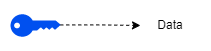
damienmaier/encrypted-vault keeps this draw.io diagram as readme-images/dotted arrow example.drawio.png. Above is the earlier version. Source tidied: cells renumbered, new cells last; positions are measured from the earlier drawing's top-left corner, leaving out a move shared by most shapes.
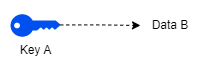
The same file after the commit.

Diff of the diagram source:
```diff
@@ -5,10 +5,10 @@
     <mxCell id="2" style="edgeStyle=orthogonalEdgeStyle;rounded=0;jettySize=auto;html=1;entryX=0;entryY=0.5;entryDx=0;entryDy=0;exitX=0.995;exitY=0.475;exitDx=0;exitDy=0;exitPerimeter=0;dashed=1;" parent="1" edge="1" source="4" target="3">
       <mxGeometry relative="1" as="geometry" />
     </mxCell>
-    <mxCell id="3" value="Data" style="text;html=1;strokeColor=none;fillColor=none;align=center;verticalAlign=middle;whiteSpace=wrap;rounded=0;" parent="1" vertex="1">
+    <mxCell id="3" value="Data B" style="text;html=1;strokeColor=none;fillColor=none;align=center;verticalAlign=middle;whiteSpace=wrap;rounded=0;" parent="1" vertex="1">
       <mxGeometry x="130" width="60" height="30" as="geometry" />
     </mxCell>
-    <mxCell id="4" style="points=[[0,0.5,0],[0.24,0,0],[0.5,0.28,0],[0.995,0.475,0],[0.5,0.72,0],[0.24,1,0]];verticalLabelPosition=bottom;sketch=0;html=1;verticalAlign=top;align=center;shape=mxgraph.cisco19.key;fillColor=#0050ef;strokeColor=#001DBC;fontColor=#ffffff;" parent="1" vertex="1">
+    <mxCell id="4" value="&lt;font color=&quot;#000000&quot;&gt;Key A&lt;/font&gt;" style="points=[[0,0.5,0],[0.24,0,0],[0.5,0.28,0],[0.995,0.475,0],[0.5,0.72,0],[0.24,1,0]];verticalLabelPosition=bottom;sketch=0;html=1;verticalAlign=top;align=center;shape=mxgraph.cisco19.key;fillColor=#0050ef;strokeColor=#001DBC;fontColor=#ffffff;" parent="1" vertex="1">
       <mxGeometry y="3.8" width="50" height="22.5" as="geometry" />
     </mxCell>
   </root>
```
